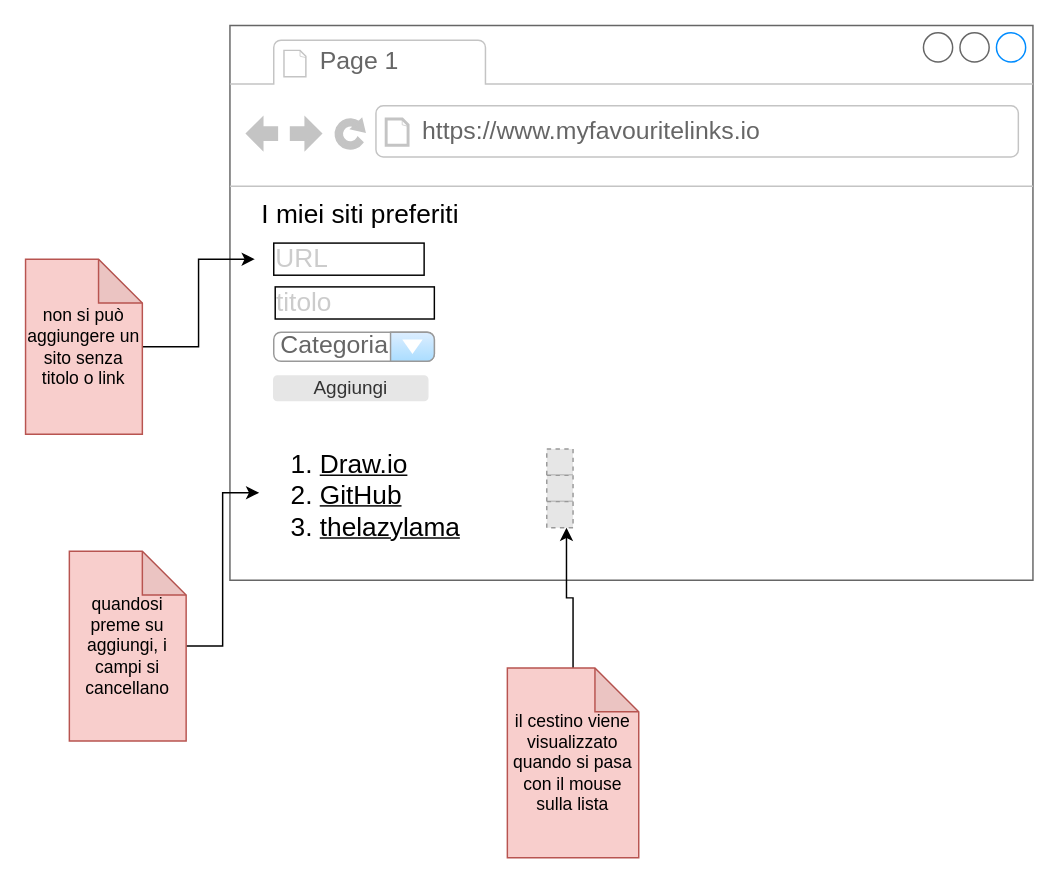
Earlier version of the draw.io diagram Untitled Diagram.drawio (TimIlTom/2021-4Binf-links). Source tidied: cells renumbered, new cells numbered last; positions are measured from the earlier drawing's top-left corner, leaving out a move shared by most shapes. Both pictures are drawn from the tidied source at 146%, with x=0, y=0 at pixel (25, 25). Pictures stored in the file or linked from it are replaced by grey dashed boxes.
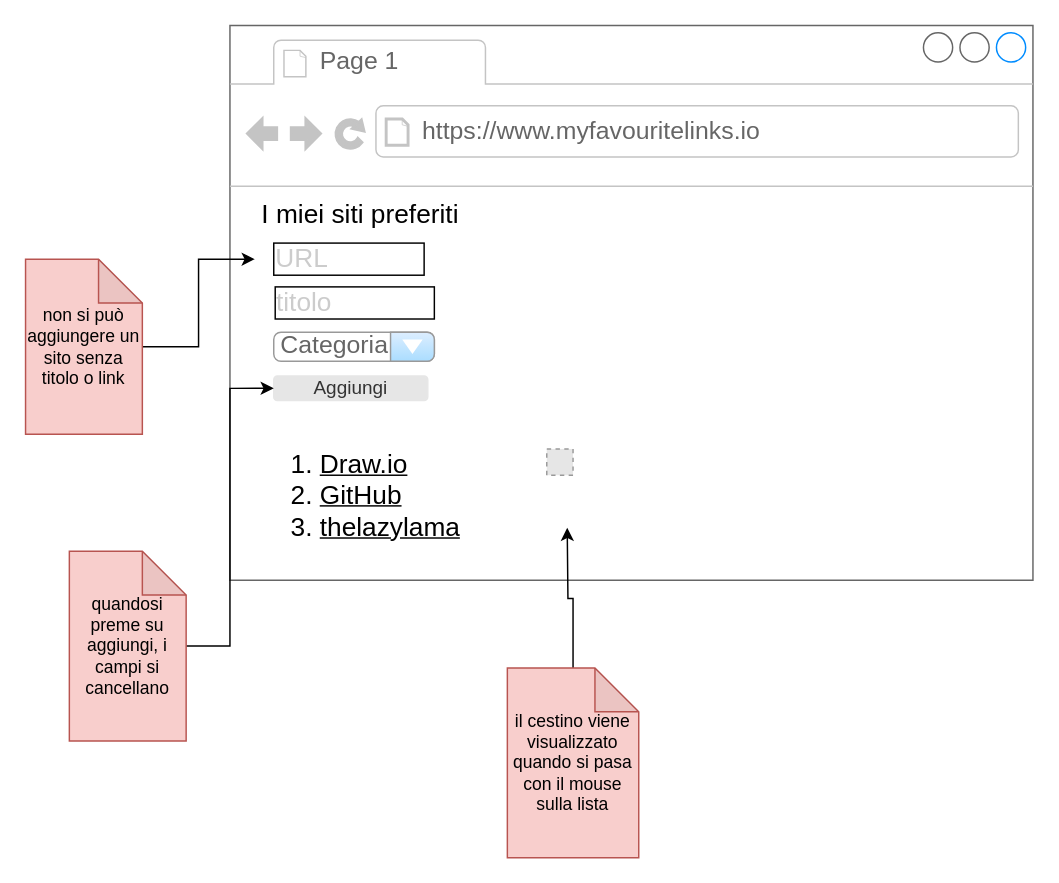
After the change.

The edit, as a diff of the source:
```diff
@@
 <mxGraphModel>
   <root>
     <mxCell id="0" />
     <mxCell id="1" parent="0" />
     <mxCell id="2" style="strokeWidth=1;shadow=0;dashed=0;align=center;html=1;shape=mxgraph.mockup.containers.browserWindow;rSize=0;strokeColor=#666666;strokeColor2=#008cff;strokeColor3=#c4c4c4;mainText=,;" parent="1" vertex="1">
       <mxGeometry x="140" width="550" height="380" as="geometry" />
     </mxCell>
     <mxCell id="3" value="Page 1" style="strokeWidth=1;shadow=0;dashed=0;align=center;html=1;shape=mxgraph.mockup.containers.anchor;fontSize=17;fontColor=#666666;align=left;" parent="2" vertex="1">
       <mxGeometry x="60" y="12" width="110" height="26" as="geometry" />
     </mxCell>
     <mxCell id="4" value="https://www.myfavouritelinks.io" style="strokeWidth=1;shadow=0;dashed=0;align=center;html=1;shape=mxgraph.mockup.containers.anchor;rSize=0;fontSize=17;fontColor=#666666;align=left;" parent="2" vertex="1">
       <mxGeometry x="130" y="60" width="250" height="26" as="geometry" />
     </mxCell>
     <mxCell id="5" value="I miei siti preferiti" style="text;html=1;strokeColor=none;fillColor=none;align=left;verticalAlign=middle;whiteSpace=wrap;rounded=0;fontSize=18;" parent="2" vertex="1">
       <mxGeometry x="20" y="120" width="150" height="20" as="geometry" />
     </mxCell>
     <mxCell id="6" value="&lt;ol&gt;&lt;li&gt;&lt;u&gt;Draw.io&lt;/u&gt;&lt;/li&gt;&lt;li&gt;&lt;u&gt;GitHub&lt;/u&gt;&lt;/li&gt;&lt;li&gt;&lt;u&gt;thelazylama&lt;/u&gt;&lt;/li&gt;&lt;/ol&gt;" style="text;strokeColor=none;fillColor=none;html=1;whiteSpace=wrap;verticalAlign=middle;overflow=hidden;fontSize=18;align=left;" parent="2" vertex="1">
       <mxGeometry x="20" y="270" width="240" height="100" as="geometry" />
     </mxCell>
     <mxCell id="7" value="URL&amp;nbsp; &amp;nbsp; &amp;nbsp; &amp;nbsp; &amp;nbsp; &amp;nbsp; &amp;nbsp;" style="text;strokeColor=none;fillColor=none;align=center;verticalAlign=middle;rounded=0;fontSize=18;labelBorderColor=#000000;fontColor=#CCCCCC;whiteSpace=wrap;html=1;" parent="2" vertex="1">
       <mxGeometry x="17" y="150" width="130" height="20" as="geometry" />
     </mxCell>
     <mxCell id="8" value="&lt;div&gt;&lt;span&gt;titolo&amp;nbsp; &amp;nbsp; &amp;nbsp; &amp;nbsp; &amp;nbsp; &amp;nbsp; &amp;nbsp;&amp;nbsp;&lt;/span&gt;&lt;/div&gt;" style="text;strokeColor=none;fillColor=none;align=left;verticalAlign=middle;rounded=0;fontSize=18;labelBorderColor=#000000;fontColor=#CCCCCC;whiteSpace=wrap;html=1;" parent="2" vertex="1">
       <mxGeometry x="29" y="180" width="130" height="20" as="geometry" />
     </mxCell>
     <mxCell id="9" value="Aggiungi" style="rounded=1;html=1;shadow=0;dashed=0;whiteSpace=wrap;fontSize=13;fillColor=#E6E6E6;align=center;strokeColor=#E6E6E6;fontColor=#333333;" parent="2" vertex="1">
       <mxGeometry x="30" y="240" width="105.5" height="16.9" as="geometry" />
     </mxCell>
     <mxCell id="10" value="Categoria" style="strokeWidth=1;shadow=0;dashed=0;align=center;html=1;shape=mxgraph.mockup.forms.comboBox;strokeColor=#999999;fillColor=#ddeeff;align=left;fillColor2=#aaddff;mainText=;fontColor=#666666;fontSize=17;spacingLeft=3;" parent="2" vertex="1">
       <mxGeometry x="30" y="210" width="110" height="20" as="geometry" />
     </mxCell>
     <mxCell id="11" style="fillColor=#E6E6E6;strokeColor=#999999;dashed=1;html=1;verticalAlign=top;verticalLabelPosition=bottom;labelBackgroundColor=#ffffff;" parent="2" vertex="1">
       <mxGeometry x="217" y="290" width="18" height="18" as="geometry" />
     </mxCell>
-    <mxCell id="12" style="fillColor=#E6E6E6;strokeColor=#999999;dashed=1;html=1;verticalAlign=top;verticalLabelPosition=bottom;labelBackgroundColor=#ffffff;" parent="2" vertex="1">
-      <mxGeometry x="217" y="308" width="18" height="18" as="geometry" />
-    </mxCell>
-    <mxCell id="13" style="fillColor=#E6E6E6;strokeColor=#999999;dashed=1;html=1;verticalAlign=top;verticalLabelPosition=bottom;labelBackgroundColor=#ffffff;" parent="2" vertex="1">
-      <mxGeometry x="217" y="326" width="18" height="18" as="geometry" />
-    </mxCell>
-    <mxCell id="14" style="edgeStyle=orthogonalEdgeStyle;rounded=0;jettySize=auto;html=1;entryX=0.75;entryY=1;entryDx=0;entryDy=0;" parent="1" edge="1" source="15" target="13">
-      <mxGeometry relative="1" as="geometry" />
+    <mxCell id="14" style="edgeStyle=orthogonalEdgeStyle;rounded=0;jettySize=auto;html=1;" parent="1" edge="1" source="15">
+      <mxGeometry relative="1" as="geometry">
+        <mxPoint x="371" y="344" as="targetPoint" />
+      </mxGeometry>
     </mxCell>
     <mxCell id="15" value="il cestino viene visualizzato quando si pasa con il mouse sulla lista" style="shape=note;whiteSpace=wrap;html=1;backgroundOutline=1;darkOpacity=0.05;fillColor=#f8cecc;strokeColor=#b85450;" parent="1" vertex="1">
       <mxGeometry x="330" y="440" width="90" height="130" as="geometry" />
     </mxCell>
     <mxCell id="16" style="edgeStyle=orthogonalEdgeStyle;rounded=0;jettySize=auto;html=1;" parent="1" edge="1" source="17" target="7">
       <mxGeometry relative="1" as="geometry" />
     </mxCell>
     <mxCell id="17" value="non si può aggiungere un sito senza titolo o link" style="shape=note;whiteSpace=wrap;html=1;backgroundOutline=1;darkOpacity=0.05;fillColor=#f8cecc;strokeColor=#b85450;" parent="1" vertex="1">
       <mxGeometry y="160" width="80" height="120" as="geometry" />
     </mxCell>
-    <mxCell id="18" style="edgeStyle=orthogonalEdgeStyle;rounded=0;jettySize=auto;html=1;" parent="1" edge="1" source="19" target="6">
-      <mxGeometry relative="1" as="geometry" />
-    </mxCell>
+    <mxCell id="20" style="edgeStyle=orthogonalEdgeStyle;rounded=0;jettySize=auto;html=1;entryX=0;entryY=0.5;entryDx=0;entryDy=0;" parent="1" edge="1" source="19" target="9">
+      <mxGeometry relative="1" as="geometry" />
+    </mxCell>
     <mxCell id="19" value="quandosi preme su aggiungi, i campi si cancellano" style="shape=note;whiteSpace=wrap;html=1;backgroundOutline=1;darkOpacity=0.05;fillColor=#f8cecc;strokeColor=#b85450;" parent="1" vertex="1">
       <mxGeometry x="30" y="360" width="80" height="130" as="geometry" />
     </mxCell>
   </root>
 </mxGraphModel>
```
